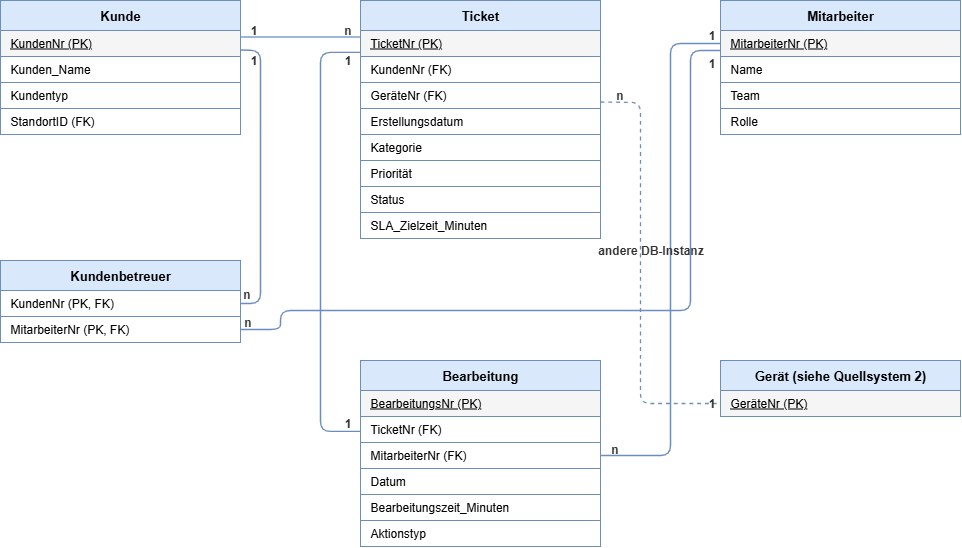
Before: Dokumentation/erm_quellsystem1.png, a diagram exported from draw.io (IchbinsTil/DVS). Source tidied: cells renumbered, new cells last; positions are measured from the earlier drawing's top-left corner, leaving out a move shared by most shapes.
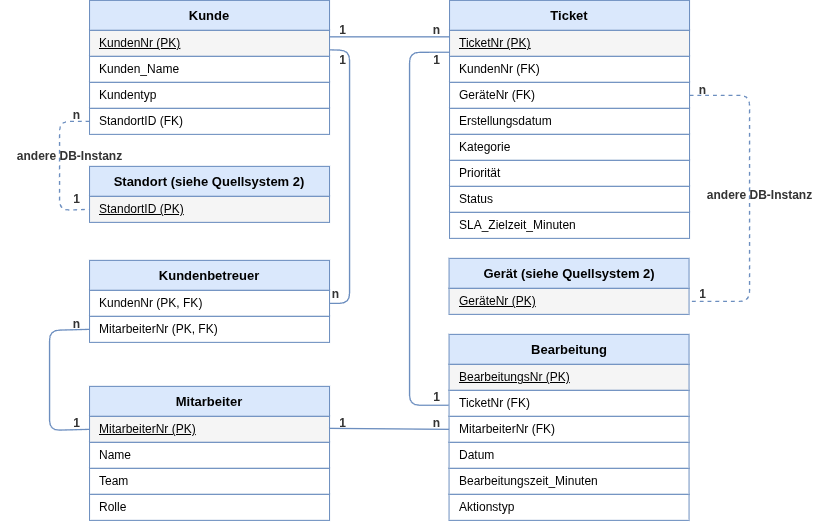
Above is the later version.

Change to the diagram source:
```diff
@@ -27,19 +27,19 @@
       <mxGeometry y="316" width="240" height="26" as="geometry" />
     </mxCell>
     <mxCell id="10" value="Mitarbeiter" style="rounded=0;whiteSpace=wrap;html=1;fillColor=#dae8fc;strokeColor=#6c8ebf;fontStyle=1;fontSize=13;align=center;verticalAlign=middle;" parent="1" vertex="1">
-      <mxGeometry x="720" width="240" height="30" as="geometry" />
+      <mxGeometry y="386" width="240" height="30" as="geometry" />
     </mxCell>
     <mxCell id="11" value="MitarbeiterNr (PK)" style="rounded=0;whiteSpace=wrap;html=1;fillColor=#f5f5f5;strokeColor=#6c8ebf;fontStyle=4;fontSize=12;align=left;spacingLeft=8;" parent="1" vertex="1">
-      <mxGeometry x="720" y="30" width="240" height="26" as="geometry" />
+      <mxGeometry y="416" width="240" height="26" as="geometry" />
     </mxCell>
     <mxCell id="12" value="Name" style="rounded=0;whiteSpace=wrap;html=1;fillColor=#ffffff;strokeColor=#6c8ebf;fontSize=12;align=left;spacingLeft=8;" parent="1" vertex="1">
-      <mxGeometry x="720" y="56" width="240" height="26" as="geometry" />
+      <mxGeometry y="442" width="240" height="26" as="geometry" />
     </mxCell>
     <mxCell id="13" value="Team" style="rounded=0;whiteSpace=wrap;html=1;fillColor=#ffffff;strokeColor=#6c8ebf;fontSize=12;align=left;spacingLeft=8;" parent="1" vertex="1">
-      <mxGeometry x="720" y="82" width="240" height="26" as="geometry" />
+      <mxGeometry y="468" width="240" height="26" as="geometry" />
     </mxCell>
     <mxCell id="14" value="Rolle" style="rounded=0;whiteSpace=wrap;html=1;fillColor=#ffffff;strokeColor=#6c8ebf;fontSize=12;align=left;spacingLeft=8;" parent="1" vertex="1">
-      <mxGeometry x="720" y="108" width="240" height="26" as="geometry" />
+      <mxGeometry y="494" width="240" height="26" as="geometry" />
     </mxCell>
     <mxCell id="15" value="Ticket" style="rounded=0;whiteSpace=wrap;html=1;fillColor=#dae8fc;strokeColor=#6c8ebf;fontStyle=1;fontSize=13;align=center;verticalAlign=middle;" parent="1" vertex="1">
       <mxGeometry x="360" width="240" height="30" as="geometry" />
@@ -69,31 +69,31 @@
       <mxGeometry x="360" y="212" width="240" height="26" as="geometry" />
     </mxCell>
     <mxCell id="24" value="Bearbeitung" style="rounded=0;whiteSpace=wrap;html=1;fillColor=#dae8fc;strokeColor=#6c8ebf;fontStyle=1;fontSize=13;align=center;verticalAlign=middle;" parent="1" vertex="1">
-      <mxGeometry x="360" y="360" width="240" height="30" as="geometry" />
+      <mxGeometry x="359.5" y="334" width="240" height="30" as="geometry" />
     </mxCell>
     <mxCell id="25" value="BearbeitungsNr (PK)" style="rounded=0;whiteSpace=wrap;html=1;fillColor=#f5f5f5;strokeColor=#6c8ebf;fontStyle=4;fontSize=12;align=left;spacingLeft=8;" parent="1" vertex="1">
-      <mxGeometry x="360" y="390" width="240" height="26" as="geometry" />
+      <mxGeometry x="359.5" y="364" width="240" height="26" as="geometry" />
     </mxCell>
     <mxCell id="26" value="TicketNr (FK)" style="rounded=0;whiteSpace=wrap;html=1;fillColor=#ffffff;strokeColor=#6c8ebf;fontSize=12;align=left;spacingLeft=8;" parent="1" vertex="1">
-      <mxGeometry x="360" y="416" width="240" height="26" as="geometry" />
+      <mxGeometry x="359.5" y="390" width="240" height="26" as="geometry" />
     </mxCell>
     <mxCell id="27" value="MitarbeiterNr (FK)" style="rounded=0;whiteSpace=wrap;html=1;fillColor=#ffffff;strokeColor=#6c8ebf;fontSize=12;align=left;spacingLeft=8;" parent="1" vertex="1">
-      <mxGeometry x="360" y="442" width="240" height="26" as="geometry" />
+      <mxGeometry x="359.5" y="416" width="240" height="26" as="geometry" />
     </mxCell>
     <mxCell id="28" value="Datum" style="rounded=0;whiteSpace=wrap;html=1;fillColor=#ffffff;strokeColor=#6c8ebf;fontSize=12;align=left;spacingLeft=8;" parent="1" vertex="1">
-      <mxGeometry x="360" y="468" width="240" height="26" as="geometry" />
+      <mxGeometry x="359.5" y="442" width="240" height="26" as="geometry" />
     </mxCell>
     <mxCell id="29" value="Bearbeitungszeit_Minuten" style="rounded=0;whiteSpace=wrap;html=1;fillColor=#ffffff;strokeColor=#6c8ebf;fontSize=12;align=left;spacingLeft=8;" parent="1" vertex="1">
-      <mxGeometry x="360" y="494" width="240" height="26" as="geometry" />
+      <mxGeometry x="359.5" y="468" width="240" height="26" as="geometry" />
     </mxCell>
     <mxCell id="30" value="Aktionstyp" style="rounded=0;whiteSpace=wrap;html=1;fillColor=#ffffff;strokeColor=#6c8ebf;fontSize=12;align=left;spacingLeft=8;" parent="1" vertex="1">
-      <mxGeometry x="360" y="520" width="240" height="26" as="geometry" />
+      <mxGeometry x="359.5" y="494" width="240" height="26" as="geometry" />
     </mxCell>
     <mxCell id="31" value="Gerät (siehe Quellsystem 2)" style="rounded=0;whiteSpace=wrap;html=1;fillColor=#dae8fc;strokeColor=#6c8ebf;fontStyle=1;fontSize=13;align=center;verticalAlign=middle;" parent="1" vertex="1">
-      <mxGeometry x="720" y="360" width="240" height="30" as="geometry" />
+      <mxGeometry x="359.5" y="258" width="240" height="30" as="geometry" />
     </mxCell>
     <mxCell id="32" value="GeräteNr (PK)" style="rounded=0;whiteSpace=wrap;html=1;fillColor=#f5f5f5;strokeColor=#6c8ebf;fontStyle=4;fontSize=12;align=left;spacingLeft=8;" parent="1" vertex="1">
-      <mxGeometry x="720" y="390" width="240" height="26" as="geometry" />
+      <mxGeometry x="359.5" y="288" width="240" height="26" as="geometry" />
     </mxCell>
     <mxCell id="33" style="html=1;endArrow=none;startArrow=none;strokeColor=#6c8ebf;strokeWidth=1.3;entryX=1;entryY=0.5;entryDx=0;entryDy=0;exitX=1;exitY=0.75;exitDx=0;exitDy=0;" parent="1" edge="1" source="3" target="8">
       <mxGeometry relative="1" as="geometry">
@@ -122,64 +122,80 @@
       <mxGeometry relative="1" as="geometry">
         <Array as="points">
           <mxPoint x="320" y="52" />
-          <mxPoint x="320" y="431" />
+          <mxPoint x="320" y="404.9" />
         </Array>
       </mxGeometry>
     </mxCell>
     <mxCell id="40" value="1" style="text;html=1;align=center;verticalAlign=middle;fontSize=12;fontStyle=1;fontColor=#333333;" parent="1" vertex="1">
       <mxGeometry x="334" y="50" width="26" height="20" as="geometry" />
     </mxCell>
-    <mxCell id="41" style="html=1;endArrow=none;startArrow=none;strokeColor=#6c8ebf;strokeWidth=1.3;entryX=1;entryY=0.5;entryDx=0;entryDy=0;" parent="1" edge="1" target="27">
-      <mxGeometry relative="1" as="geometry">
-        <mxPoint x="720" y="43" as="sourcePoint" />
-        <Array as="points">
-          <mxPoint x="670" y="43" />
-          <mxPoint x="670" y="455" />
-        </Array>
-      </mxGeometry>
+    <mxCell id="41" style="html=1;endArrow=none;startArrow=none;strokeColor=#6c8ebf;strokeWidth=1.3;entryX=0;entryY=0.5;entryDx=0;entryDy=0;exitX=0;exitY=0.75;exitDx=0;exitDy=0;" parent="1" edge="1" source="50" target="27">
+      <mxGeometry relative="1" as="geometry" />
     </mxCell>
     <mxCell id="42" value="n" style="text;html=1;align=center;verticalAlign=middle;fontSize=12;fontStyle=1;fontColor=#333333;" parent="1" vertex="1">
-      <mxGeometry x="601" y="439" width="26" height="20" as="geometry" />
+      <mxGeometry x="334" y="413" width="26" height="20" as="geometry" />
     </mxCell>
-    <mxCell id="43" style="html=1;endArrow=none;startArrow=none;strokeColor=#6c8ebf;strokeWidth=1.3;dashed=1;exitX=1;exitY=0.75;exitDx=0;exitDy=0;entryX=0;entryY=0.5;entryDx=0;entryDy=0;" parent="1" edge="1" source="18" target="32">
+    <mxCell id="43" style="html=1;endArrow=none;startArrow=none;strokeColor=#6c8ebf;strokeWidth=1.3;dashed=1;exitX=1;exitY=0.5;exitDx=0;exitDy=0;entryX=1;entryY=0.5;entryDx=0;entryDy=0;" parent="1" edge="1" source="18" target="32">
       <mxGeometry relative="1" as="geometry">
         <Array as="points">
-          <mxPoint x="640" y="102" />
-          <mxPoint x="640" y="403" />
+          <mxPoint x="660" y="95" />
+          <mxPoint x="660" y="230" />
+          <mxPoint x="660" y="301" />
         </Array>
       </mxGeometry>
     </mxCell>
     <mxCell id="44" value="n" style="text;html=1;align=center;verticalAlign=middle;fontSize=12;fontStyle=1;fontColor=#333333;" parent="1" vertex="1">
-      <mxGeometry x="606" y="85" width="26" height="20" as="geometry" />
+      <mxGeometry x="600" y="80" width="26" height="20" as="geometry" />
     </mxCell>
     <mxCell id="45" value="1" style="text;html=1;align=center;verticalAlign=middle;fontSize=12;fontStyle=1;fontColor=#333333;" parent="1" vertex="1">
-      <mxGeometry x="698" y="393" width="26" height="20" as="geometry" />
+      <mxGeometry x="599.5" y="284" width="26" height="20" as="geometry" />
     </mxCell>
     <mxCell id="46" value="andere DB-Instanz" style="text;html=1;align=center;verticalAlign=middle;fontSize=12;fontStyle=1;fontColor=#333333;" parent="1" vertex="1">
-      <mxGeometry x="580" y="240" width="140" height="20" as="geometry" />
+      <mxGeometry x="600" y="185" width="140" height="20" as="geometry" />
     </mxCell>
     <mxCell id="47" value="1" style="text;html=1;align=center;verticalAlign=middle;fontSize=12;fontStyle=1;fontColor=#333333;" parent="1" vertex="1">
-      <mxGeometry x="334" y="413" width="26" height="20" as="geometry" />
+      <mxGeometry x="333.5" y="387" width="26" height="20" as="geometry" />
     </mxCell>
     <mxCell id="48" value="1" style="text;html=1;align=center;verticalAlign=middle;fontSize=12;fontStyle=1;fontColor=#333333;" parent="1" vertex="1">
-      <mxGeometry x="698" y="25" width="26" height="20" as="geometry" />
+      <mxGeometry x="-26" y="413" width="26" height="20" as="geometry" />
     </mxCell>
-    <mxCell id="49" style="html=1;endArrow=none;startArrow=none;strokeColor=#6c8ebf;strokeWidth=1.3;entryX=1;entryY=0.5;entryDx=0;entryDy=0;" parent="1" edge="1" target="9">
+    <mxCell id="49" style="html=1;endArrow=none;startArrow=none;strokeColor=#6c8ebf;strokeWidth=1.3;entryX=0;entryY=0.5;entryDx=0;entryDy=0;exitX=0;exitY=0.5;exitDx=0;exitDy=0;" parent="1" edge="1" source="11" target="9">
       <mxGeometry relative="1" as="geometry">
-        <mxPoint x="720" y="50" as="sourcePoint" />
         <Array as="points">
-          <mxPoint x="690" y="50" />
-          <mxPoint x="690" y="310" />
-          <mxPoint x="280" y="310" />
-          <mxPoint x="280" y="329" />
+          <mxPoint x="-40" y="430" />
+          <mxPoint x="-40" y="370" />
+          <mxPoint x="-40" y="330" />
         </Array>
       </mxGeometry>
     </mxCell>
     <mxCell id="50" value="1" style="text;html=1;align=center;verticalAlign=middle;fontSize=12;fontStyle=1;fontColor=#333333;" parent="1" vertex="1">
-      <mxGeometry x="698" y="53" width="26" height="20" as="geometry" />
+      <mxGeometry x="240" y="413" width="26" height="20" as="geometry" />
     </mxCell>
     <mxCell id="51" value="n" style="text;html=1;align=center;verticalAlign=middle;fontSize=12;fontStyle=1;fontColor=#333333;" parent="1" vertex="1">
-      <mxGeometry x="234" y="312" width="26" height="20" as="geometry" />
+      <mxGeometry x="-26" y="314" width="26" height="20" as="geometry" />
     </mxCell>
+    <mxCell id="52" value="Standort (siehe Quellsystem 2)" style="rounded=0;whiteSpace=wrap;html=1;fillColor=#dae8fc;strokeColor=#6c8ebf;fontStyle=1;fontSize=13;align=center;verticalAlign=middle;" parent="1" vertex="1">
+      <mxGeometry y="166" width="240" height="30" as="geometry" />
+    </mxCell>
+    <mxCell id="53" value="StandortID (PK)" style="rounded=0;whiteSpace=wrap;html=1;fillColor=#f5f5f5;strokeColor=#6c8ebf;fontStyle=4;fontSize=12;align=left;spacingLeft=8;" parent="1" vertex="1">
+      <mxGeometry y="196" width="240" height="26" as="geometry" />
+    </mxCell>
+    <mxCell id="54" value="1" style="text;html=1;align=center;verticalAlign=middle;fontSize=12;fontStyle=1;fontColor=#333333;" parent="1" vertex="1">
+      <mxGeometry x="-26" y="189" width="26" height="20" as="geometry" />
+    </mxCell>
+    <mxCell id="55" style="html=1;endArrow=none;startArrow=none;strokeColor=#6c8ebf;strokeWidth=1.3;dashed=1;entryX=0;entryY=0.5;entryDx=0;entryDy=0;exitX=0;exitY=0.5;exitDx=0;exitDy=0;" parent="1" edge="1" source="6" target="53">
+      <mxGeometry relative="1" as="geometry">
+        <Array as="points">
+          <mxPoint x="-30" y="121" />
+          <mxPoint x="-30" y="210" />
+        </Array>
+      </mxGeometry>
+    </mxCell>
+    <mxCell id="56" value="andere DB-Instanz" style="text;html=1;align=center;verticalAlign=middle;fontSize=12;fontStyle=1;fontColor=#333333;" parent="1" vertex="1">
+      <mxGeometry x="-90" y="146" width="140" height="20" as="geometry" />
+    </mxCell>
+    <mxCell id="57" value="n" style="text;html=1;align=center;verticalAlign=middle;fontSize=12;fontStyle=1;fontColor=#333333;" parent="1" vertex="1">
+      <mxGeometry x="-26" y="105" width="26" height="20" as="geometry" />
+    </mxCell>
   </root>
 </mxGraphModel>
```
